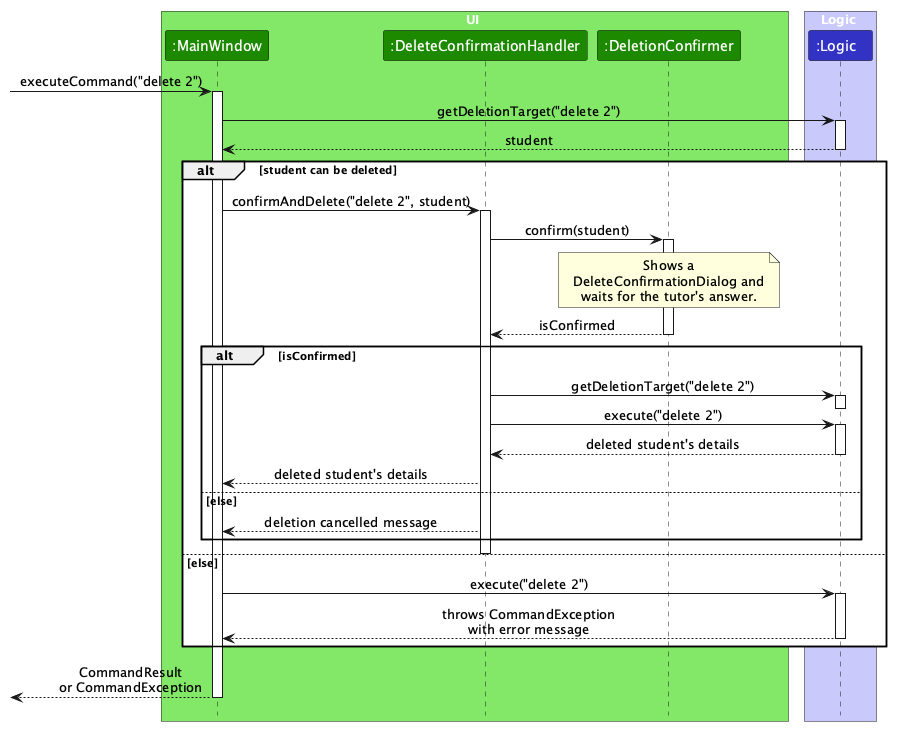
Before: docs/images/DeleteConfirmationSequenceDiagram.png, a diagram exported from PlantUML (AY2627S1-CS2103T-F09-2a/tp).
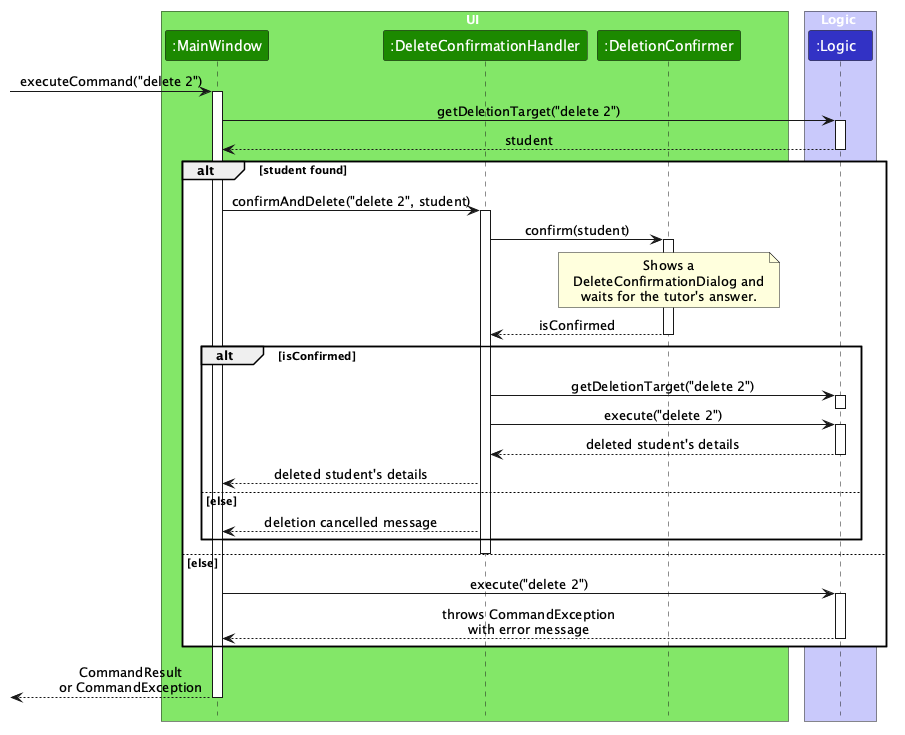
Above is the later version.

The edit, as a diff of the source:
```diff
@@ -21,7 +21,7 @@
 Logic --> MainWindow : student
 deactivate Logic
 
-alt student can be deleted
+alt student found
     MainWindow -> Handler : confirmAndDelete("delete 2", student)
     activate Handler
 
```
